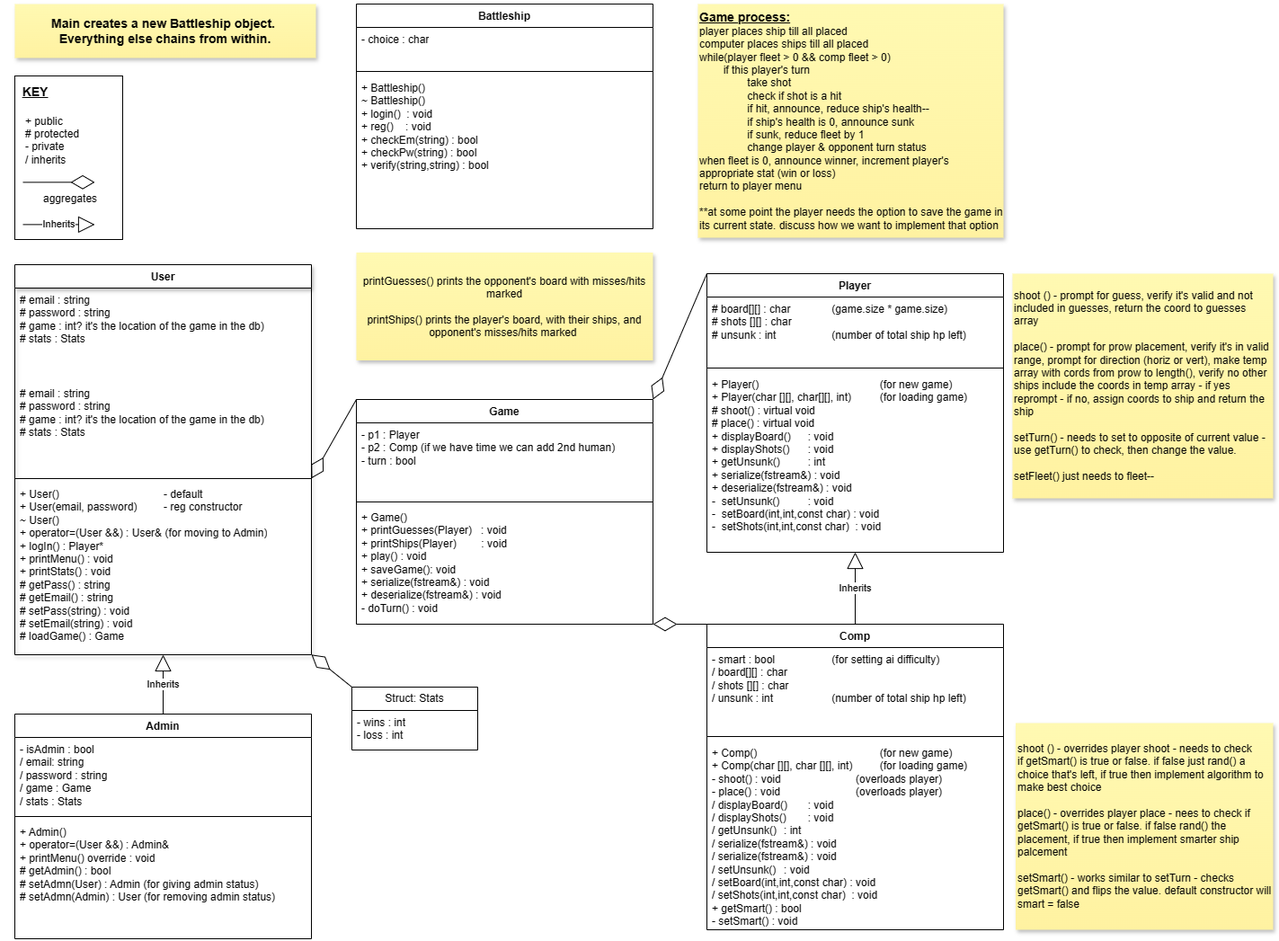
This is BattleshipClasses.drawio.png from StephaniePeacock/Battleship, a draw.io export, as it was before one commit. Source tidied: cells renumbered, new cells last; positions are measured from the earlier drawing's top-left corner, leaving out a move shared by most shapes.
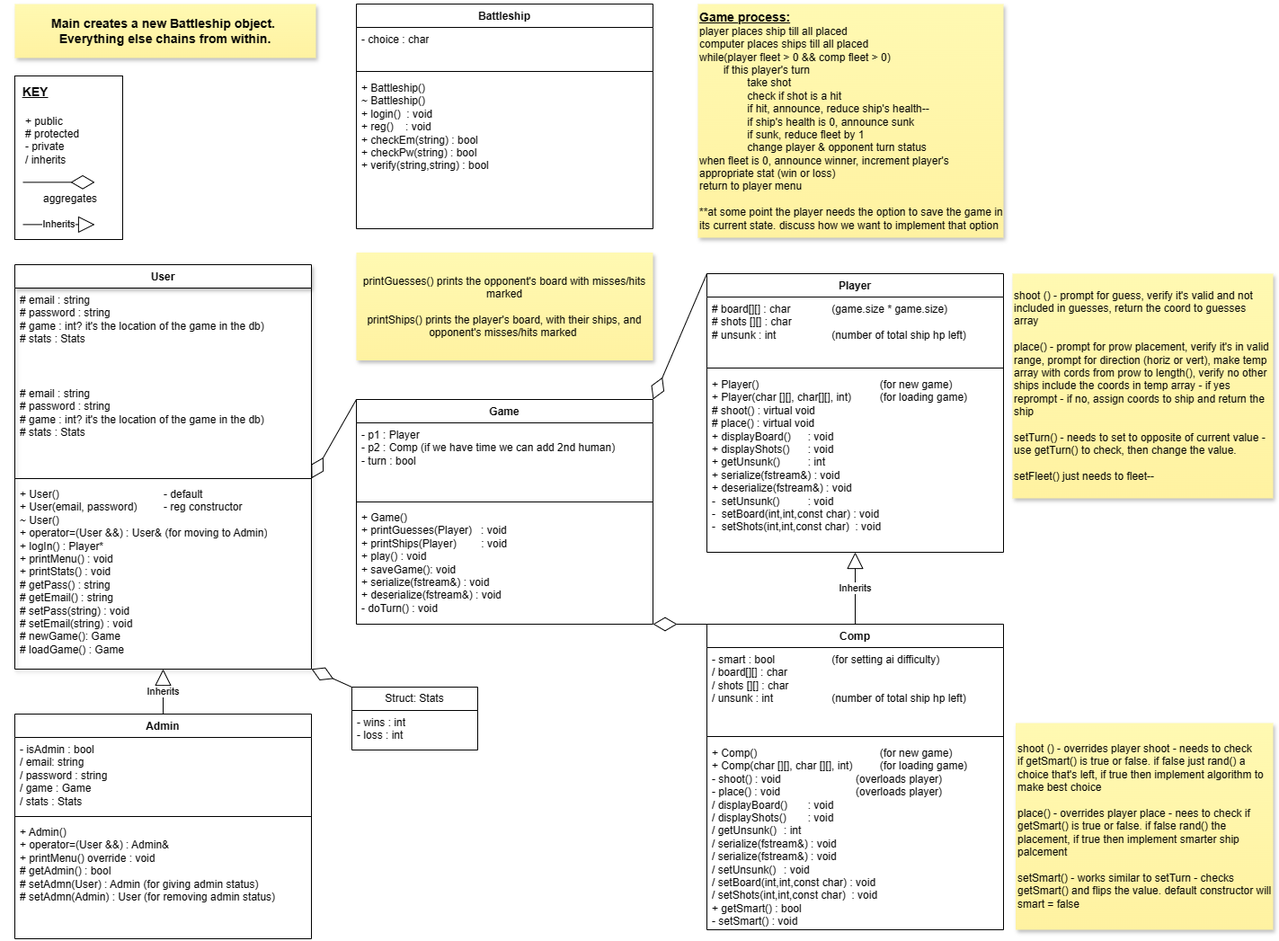
The same diagram one commit later.

What changed in the source:
```diff
@@ -3,7 +3,7 @@
     <mxCell id="0" />
     <mxCell id="1" parent="0" />
     <mxCell id="2" value="User" style="swimlane;fontStyle=1;align=center;verticalAlign=top;horizontal=1;startSize=26;whiteSpace=wrap;html=1;shadow=1;" parent="1" vertex="1">
-      <mxGeometry y="290" width="330" height="434" as="geometry" />
+      <mxGeometry y="290" width="330" height="450" as="geometry" />
     </mxCell>
     <mxCell id="3" value="# email : string&lt;br&gt;# password : string&lt;div&gt;&lt;div&gt;# game : int? it's the location of the game in the db)&lt;/div&gt;&lt;div&gt;# stats : Stats&lt;/div&gt;&lt;/div&gt;" style="text;strokeColor=none;fillColor=none;align=left;verticalAlign=top;spacingLeft=4;spacingRight=4;overflow=hidden;whiteSpace=wrap;html=1;" parent="2" vertex="1">
       <mxGeometry y="26" width="330" height="104" as="geometry" />
@@ -14,8 +14,8 @@
     <mxCell id="5" style="line;strokeWidth=1;fillColor=none;align=left;verticalAlign=middle;spacingTop=-1;spacingLeft=3;spacingRight=3;labelPosition=right;points=[];portConstraint=eastwest;strokeColor=inherit;" parent="2" vertex="1">
       <mxGeometry y="234" width="330" height="8" as="geometry" />
     </mxCell>
-    <mxCell id="6" value="+ User()&lt;span style=&quot;white-space: pre;&quot;&gt;&#9;&lt;/span&gt;&lt;span style=&quot;white-space: pre;&quot;&gt;&#9;&lt;/span&gt;&lt;span style=&quot;white-space: pre;&quot;&gt;&#9;&lt;span style=&quot;white-space: pre;&quot;&gt;&#9;&lt;/span&gt;&lt;span style=&quot;white-space: pre;&quot;&gt;&#9;&lt;/span&gt;&lt;/span&gt;- default&lt;br&gt;+ User(email, password) &lt;span style=&quot;white-space: pre;&quot;&gt;&#9;&lt;/span&gt;- reg constructor&lt;div&gt;&lt;div&gt;~ User()&lt;/div&gt;&lt;div&gt;+ operator=(User &amp;amp;&amp;amp;) : User&amp;amp; (for moving to Admin)&lt;br&gt;&lt;div&gt;+ logIn() : Player*&lt;/div&gt;&lt;div&gt;+ printMenu() : void&lt;/div&gt;&lt;/div&gt;&lt;div&gt;+ printStats() : void&lt;/div&gt;&lt;div&gt;# getPass() : string&lt;/div&gt;&lt;div&gt;# getEmail() : string&lt;/div&gt;&lt;div&gt;&lt;span style=&quot;background-color: initial;&quot;&gt;# setPass(string) : void&lt;/span&gt;&lt;br&gt;&lt;/div&gt;&lt;div&gt;# setEmail(string) : void&lt;/div&gt;&lt;div&gt;# loadGame() : Game&lt;/div&gt;&lt;div&gt;&lt;br&gt;&lt;/div&gt;&lt;/div&gt;" style="text;strokeColor=none;fillColor=none;align=left;verticalAlign=top;spacingLeft=4;spacingRight=4;overflow=hidden;points=[[0,0.5],[1,0.5]];portConstraint=eastwest;whiteSpace=wrap;html=1;" parent="2" vertex="1">
-      <mxGeometry y="242" width="330" height="192" as="geometry" />
+    <mxCell id="6" value="+ User()&lt;span style=&quot;white-space: pre;&quot;&gt;&#9;&lt;/span&gt;&lt;span style=&quot;white-space: pre;&quot;&gt;&#9;&lt;/span&gt;&lt;span style=&quot;white-space: pre;&quot;&gt;&#9;&lt;span style=&quot;white-space: pre;&quot;&gt;&#9;&lt;/span&gt;&lt;span style=&quot;white-space: pre;&quot;&gt;&#9;&lt;/span&gt;&lt;/span&gt;- default&lt;br&gt;+ User(email, password) &lt;span style=&quot;white-space: pre;&quot;&gt;&#9;&lt;/span&gt;- reg constructor&lt;div&gt;&lt;div&gt;~ User()&lt;/div&gt;&lt;div&gt;+ operator=(User &amp;amp;&amp;amp;) : User&amp;amp; (for moving to Admin)&lt;br&gt;&lt;div&gt;+ logIn() : Player*&lt;/div&gt;&lt;div&gt;+ printMenu() : void&lt;/div&gt;&lt;/div&gt;&lt;div&gt;+ printStats() : void&lt;/div&gt;&lt;div&gt;# getPass() : string&lt;/div&gt;&lt;div&gt;# getEmail() : string&lt;/div&gt;&lt;div&gt;&lt;span style=&quot;background-color: initial;&quot;&gt;# setPass(string) : void&lt;/span&gt;&lt;br&gt;&lt;/div&gt;&lt;div&gt;# setEmail(string) : void&lt;/div&gt;&lt;div&gt;# newGame(): Game&lt;/div&gt;&lt;div&gt;# loadGame() : Game&lt;/div&gt;&lt;div&gt;&lt;br&gt;&lt;/div&gt;&lt;/div&gt;" style="text;strokeColor=none;fillColor=none;align=left;verticalAlign=top;spacingLeft=4;spacingRight=4;overflow=hidden;points=[[0,0.5],[1,0.5]];portConstraint=eastwest;whiteSpace=wrap;html=1;" parent="2" vertex="1">
+      <mxGeometry y="242" width="330" height="208" as="geometry" />
     </mxCell>
     <mxCell id="7" value="Player" style="swimlane;fontStyle=1;align=center;verticalAlign=top;horizontal=1;startSize=26;whiteSpace=wrap;html=1;" parent="1" vertex="1">
       <mxGeometry x="770" y="300" width="330" height="310" as="geometry" />
```
